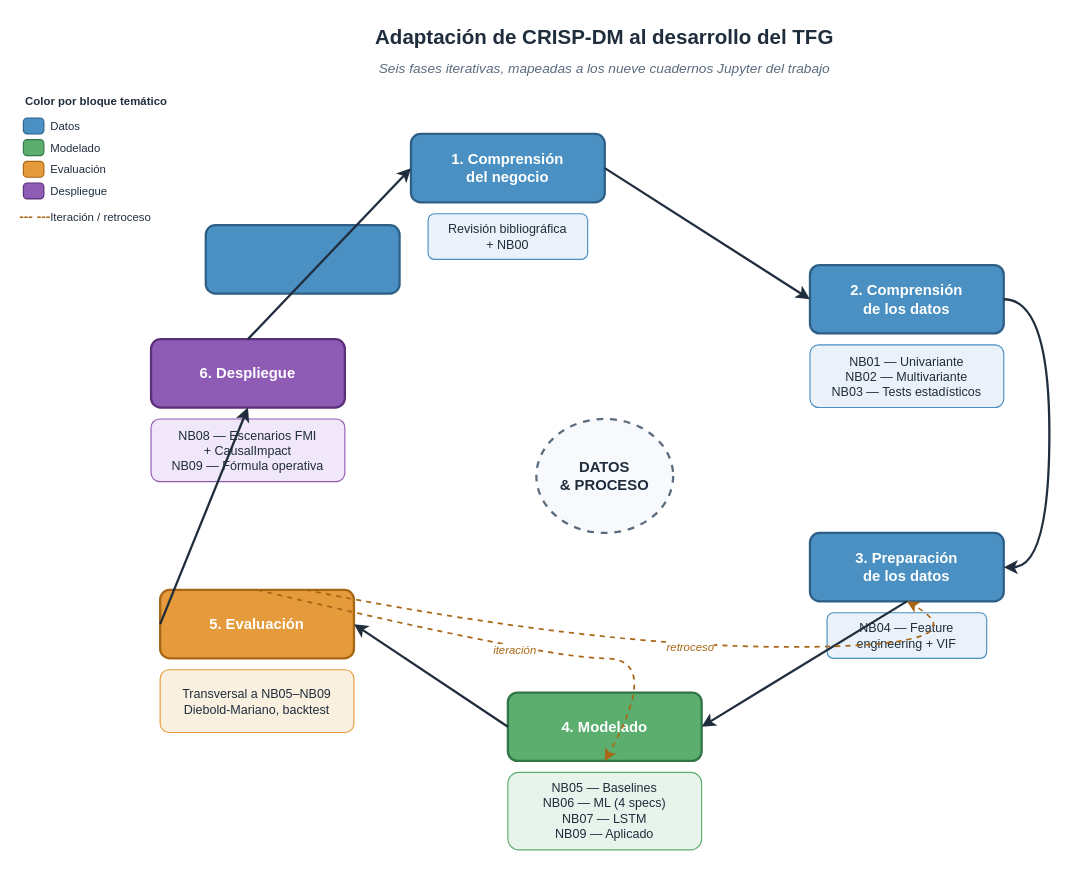
Above: schemas/fig_4_1_crispdm.drawio in DieGodMF4/Macro-Aviation-Tourism-Modeling (draw.io), before the change. Source tidied: cells renumbered, new cells numbered last; positions are measured from the earlier drawing's top-left corner, leaving out a move shared by most shapes. Both pictures are drawn from the tidied source at 114%, with x=0, y=0 at pixel (23, 19).
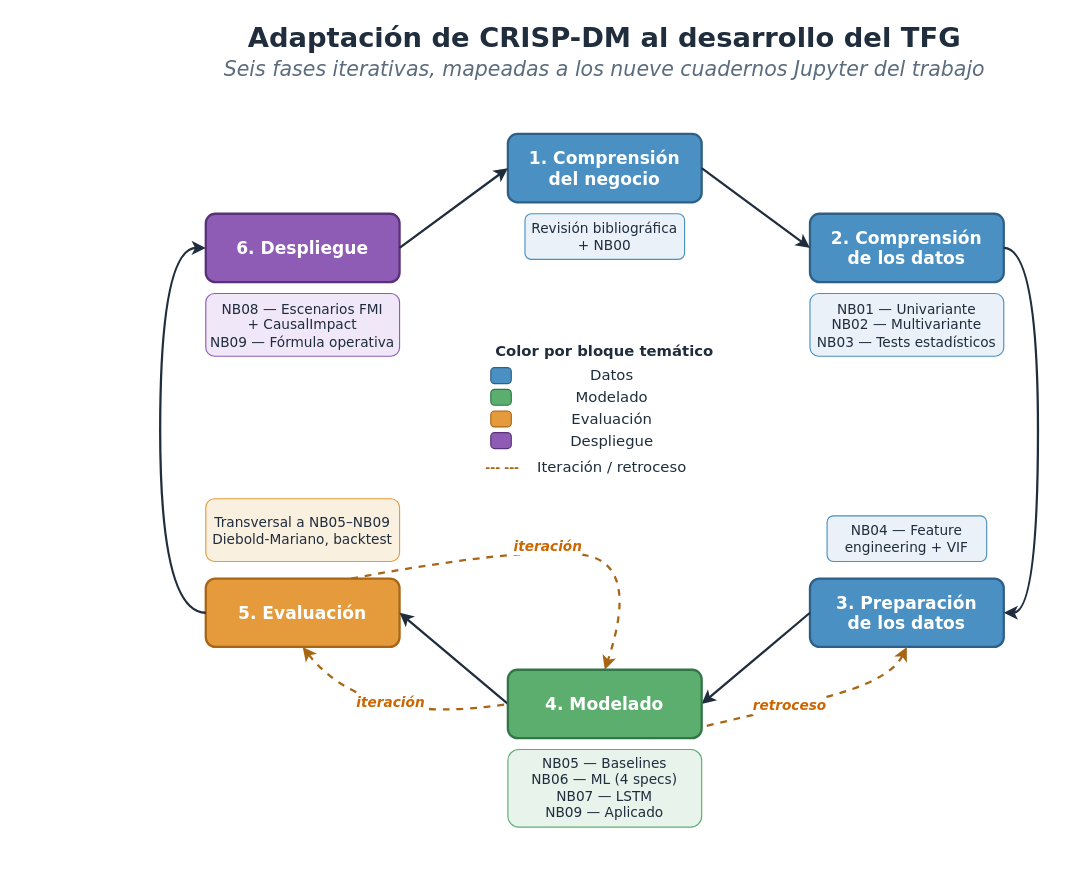
The same diagram, later.

Change to the diagram source:
```diff
@@
-    <mxCell id="2" value="Adaptación de CRISP-DM al desarrollo del TFG" style="text;html=1;strokeColor=none;fillColor=none;align=center;verticalAlign=middle;whiteSpace=wrap;rounded=0;fontSize=18;fontStyle=1;fontColor=#1F2D3D;" parent="1" vertex="1">
+    <mxCell id="2" value="&lt;font face=&quot;Verdana&quot; style=&quot;font-size: 24px;&quot;&gt;Adaptación de CRISP-DM al desarrollo del TFG&lt;/font&gt;" style="text;html=1;strokeColor=none;fillColor=none;align=center;verticalAlign=middle;whiteSpace=wrap;rounded=0;fontSize=18;fontStyle=1;fontColor=#1F2D3D;" parent="1" vertex="1">
       <mxGeometry x="160" width="700" height="32" as="geometry" />
     </mxCell>
-    <mxCell id="3" value="Seis fases iterativas, mapeadas a los nueve cuadernos Jupyter del trabajo" style="text;html=1;strokeColor=none;fillColor=none;align=center;verticalAlign=middle;whiteSpace=wrap;rounded=0;fontSize=12;fontStyle=2;fontColor=#5A6C7D;" parent="1" vertex="1">
+    <mxCell id="3" value="&lt;font face=&quot;Verdana&quot; style=&quot;font-size: 18px;&quot;&gt;Seis fases iterativas, mapeadas a los nueve cuadernos Jupyter del trabajo&lt;/font&gt;" style="text;html=1;strokeColor=none;fillColor=none;align=center;verticalAlign=middle;whiteSpace=wrap;rounded=0;fontSize=12;fontStyle=2;fontColor=#5A6C7D;" parent="1" vertex="1">
       <mxGeometry x="160" y="32" width="700" height="22" as="geometry" />
     </mxCell>
-    <mxCell id="4" value="DATOS&#10;&amp; PROCESO" style="ellipse;whiteSpace=wrap;html=1;fillColor=#F8F9FC;strokeColor=#5A6C7D;strokeWidth=2;fontSize=13;fontStyle=1;fontColor=#1F2D3D;dashed=1;" parent="1" vertex="1">
-      <mxGeometry x="450" y="350" width="120" height="100" as="geometry" />
-    </mxCell>
-    <mxCell id="5" value="1. Comprensión&#10;del negocio" style="rounded=1;whiteSpace=wrap;html=1;fillColor=#4A90C2;strokeColor=#2E5F87;strokeWidth=2;fontColor=#FFFFFF;fontSize=13;fontStyle=1;arcSize=14;" parent="1" vertex="1">
-      <mxGeometry x="340" y="100" width="170" height="60" as="geometry" />
+    <mxCell id="5" value="1. Comprensión&#10;del negocio" style="rounded=1;whiteSpace=wrap;html=1;fillColor=#4A90C2;strokeColor=#2E5F87;strokeWidth=2;fontColor=#FFFFFF;fontSize=15;fontStyle=1;arcSize=14;fontFamily=Verdana;" parent="1" vertex="1">
+      <mxGeometry x="425" y="100" width="170" height="60" as="geometry" />
     </mxCell>
-    <mxCell id="6" value="Revisión bibliográfica&#10;+ NB00" style="rounded=1;whiteSpace=wrap;html=1;fillColor=#EAF1F8;strokeColor=#4A90C2;strokeWidth=1;fontColor=#1F2D3D;fontSize=11;arcSize=14;" parent="1" vertex="1">
-      <mxGeometry x="355" y="170" width="140" height="40" as="geometry" />
+    <mxCell id="6" value="Revisión bibliográfica&#10;+ NB00" style="rounded=1;whiteSpace=wrap;html=1;fillColor=#EAF1F8;strokeColor=#4A90C2;strokeWidth=1;fontColor=#1F2D3D;fontSize=12;arcSize=14;fontFamily=Verdana;" parent="1" vertex="1">
+      <mxGeometry x="440" y="170" width="140" height="40" as="geometry" />
     </mxCell>
-    <mxCell id="7" value="2. Comprensión&#10;de los datos" style="rounded=1;whiteSpace=wrap;html=1;fillColor=#4A90C2;strokeColor=#2E5F87;strokeWidth=2;fontColor=#FFFFFF;fontSize=13;fontStyle=1;arcSize=14;" parent="1" vertex="1">
-      <mxGeometry x="690" y="215" width="170" height="60" as="geometry" />
+    <mxCell id="7" value="2. Comprensión&#10;de los datos" style="rounded=1;whiteSpace=wrap;html=1;fillColor=#4A90C2;strokeColor=#2E5F87;strokeWidth=2;fontColor=#FFFFFF;fontSize=15;fontStyle=1;arcSize=14;fontFamily=Verdana;" parent="1" vertex="1">
+      <mxGeometry x="690" y="170" width="170" height="60" as="geometry" />
     </mxCell>
-    <mxCell id="8" value="NB01 — Univariante&#10;NB02 — Multivariante&#10;NB03 — Tests estadísticos" style="rounded=1;whiteSpace=wrap;html=1;fillColor=#EAF1F8;strokeColor=#4A90C2;strokeWidth=1;fontColor=#1F2D3D;fontSize=11;arcSize=14;" parent="1" vertex="1">
-      <mxGeometry x="690" y="285" width="170" height="55" as="geometry" />
+    <mxCell id="8" value="&lt;font style=&quot;font-size: 12px;&quot; face=&quot;Verdana&quot;&gt;NB01 — Univariante&lt;br&gt;NB02 — Multivariante&lt;br&gt;NB03 — Tests estadísticos&lt;/font&gt;" style="rounded=1;whiteSpace=wrap;html=1;fillColor=#EAF1F8;strokeColor=#4A90C2;strokeWidth=1;fontColor=#1F2D3D;fontSize=11;arcSize=14;" parent="1" vertex="1">
+      <mxGeometry x="690" y="240" width="170" height="55" as="geometry" />
     </mxCell>
-    <mxCell id="9" value="3. Preparación&#10;de los datos" style="rounded=1;whiteSpace=wrap;html=1;fillColor=#4A90C2;strokeColor=#2E5F87;strokeWidth=2;fontColor=#FFFFFF;fontSize=13;fontStyle=1;arcSize=14;" parent="1" vertex="1">
-      <mxGeometry x="690" y="450" width="170" height="60" as="geometry" />
+    <mxCell id="9" value="3. Preparación&#10;de los datos" style="rounded=1;whiteSpace=wrap;html=1;fillColor=#4A90C2;strokeColor=#2E5F87;strokeWidth=2;fontColor=#FFFFFF;fontSize=15;fontStyle=1;arcSize=14;fontFamily=Verdana;" parent="1" vertex="1">
+      <mxGeometry x="690" y="490" width="170" height="60" as="geometry" />
     </mxCell>
-    <mxCell id="10" value="NB04 — Feature&#10;engineering + VIF" style="rounded=1;whiteSpace=wrap;html=1;fillColor=#EAF1F8;strokeColor=#4A90C2;strokeWidth=1;fontColor=#1F2D3D;fontSize=11;arcSize=14;" parent="1" vertex="1">
-      <mxGeometry x="705" y="520" width="140" height="40" as="geometry" />
+    <mxCell id="10" value="&lt;font&gt;NB04 — Feature&lt;br&gt;engineering + VIF&lt;/font&gt;" style="rounded=1;whiteSpace=wrap;html=1;fillColor=#EAF1F8;strokeColor=#4A90C2;strokeWidth=1;fontColor=#1F2D3D;fontSize=12;arcSize=14;fontFamily=Verdana;" parent="1" vertex="1">
+      <mxGeometry x="705" y="435" width="140" height="40" as="geometry" />
     </mxCell>
-    <mxCell id="11" value="4. Modelado" style="rounded=1;whiteSpace=wrap;html=1;fillColor=#5BAE6E;strokeColor=#327547;strokeWidth=2;fontColor=#FFFFFF;fontSize=13;fontStyle=1;arcSize=14;" parent="1" vertex="1">
-      <mxGeometry x="425" y="590" width="170" height="60" as="geometry" />
-    </mxCell>
-    <mxCell id="12" value="NB05 — Baselines&#10;NB06 — ML (4 specs)&#10;NB07 — LSTM&#10;NB09 — Aplicado" style="rounded=1;whiteSpace=wrap;html=1;fillColor=#E7F3EB;strokeColor=#5BAE6E;strokeWidth=1;fontColor=#1F2D3D;fontSize=11;arcSize=14;" parent="1" vertex="1">
-      <mxGeometry x="425" y="660" width="170" height="68" as="geometry" />
+    <mxCell id="12" value="NB05 — Baselines&#10;NB06 — ML (4 specs)&#10;NB07 — LSTM&#10;NB09 — Aplicado" style="rounded=1;whiteSpace=wrap;html=1;fillColor=#E7F3EB;strokeColor=#5BAE6E;strokeWidth=1;fontColor=#1F2D3D;fontSize=12;arcSize=14;fontFamily=Verdana;" parent="1" vertex="1">
+      <mxGeometry x="425" y="640" width="170" height="68" as="geometry" />
     </mxCell>
-    <mxCell id="13" value="5. Evaluación" style="rounded=1;whiteSpace=wrap;html=1;fillColor=#E59B3C;strokeColor=#A86614;strokeWidth=2;fontColor=#FFFFFF;fontSize=13;fontStyle=1;arcSize=14;" parent="1" vertex="1">
-      <mxGeometry x="120" y="500" width="170" height="60" as="geometry" />
+    <mxCell id="13" value="5. Evaluación" style="rounded=1;whiteSpace=wrap;html=1;fillColor=#E59B3C;strokeColor=#A86614;strokeWidth=2;fontColor=#FFFFFF;fontSize=15;fontStyle=1;arcSize=14;fontFamily=Verdana;" parent="1" vertex="1">
+      <mxGeometry x="160" y="490" width="170" height="60" as="geometry" />
     </mxCell>
-    <mxCell id="14" value="Transversal a NB05–NB09&#10;Diebold-Mariano, backtest" style="rounded=1;whiteSpace=wrap;html=1;fillColor=#FAF0E0;strokeColor=#E59B3C;strokeWidth=1;fontColor=#1F2D3D;fontSize=11;arcSize=14;" parent="1" vertex="1">
-      <mxGeometry x="120" y="570" width="170" height="55" as="geometry" />
+    <mxCell id="14" value="Transversal a NB05–NB09&#10;Diebold-Mariano, backtest" style="rounded=1;whiteSpace=wrap;html=1;fillColor=#FAF0E0;strokeColor=#E59B3C;strokeWidth=1;fontColor=#1F2D3D;fontSize=12;arcSize=14;fontFamily=Verdana;" parent="1" vertex="1">
+      <mxGeometry x="160" y="420" width="170" height="55" as="geometry" />
     </mxCell>
-    <mxCell id="15" value="6. Despliegue" style="rounded=1;whiteSpace=wrap;html=1;fillColor=#8E5BB5;strokeColor=#5A3079;strokeWidth=2;fontColor=#FFFFFF;fontSize=13;fontStyle=1;arcSize=14;" parent="1" vertex="1">
-      <mxGeometry x="112" y="280" width="170" height="60" as="geometry" />
+    <mxCell id="15" value="6. Despliegue" style="rounded=1;whiteSpace=wrap;html=1;fillColor=#8E5BB5;strokeColor=#5A3079;strokeWidth=2;fontColor=#FFFFFF;fontSize=15;fontStyle=1;arcSize=14;fontFamily=Verdana;" parent="1" vertex="1">
+      <mxGeometry x="160" y="170" width="170" height="60" as="geometry" />
     </mxCell>
-    <mxCell id="16" value="NB08 — Escenarios FMI&#10;+ CausalImpact&#10;NB09 — Fórmula operativa" style="rounded=1;whiteSpace=wrap;html=1;fillColor=#F0E7F8;strokeColor=#8E5BB5;strokeWidth=1;fontColor=#1F2D3D;fontSize=11;arcSize=14;" parent="1" vertex="1">
-      <mxGeometry x="112" y="350" width="170" height="55" as="geometry" />
+    <mxCell id="16" value="&lt;font style=&quot;font-size: 12px;&quot; face=&quot;Verdana&quot;&gt;NB08 — Escenarios FMI&lt;br&gt;+ CausalImpact&lt;br&gt;NB09 — Fórmula operativa&lt;/font&gt;" style="rounded=1;whiteSpace=wrap;html=1;fillColor=#F0E7F8;strokeColor=#8E5BB5;strokeWidth=1;fontColor=#1F2D3D;fontSize=11;arcSize=14;" parent="1" vertex="1">
+      <mxGeometry x="160" y="240" width="170" height="55" as="geometry" />
     </mxCell>
-    <mxCell id="17" style="rounded=1;whiteSpace=wrap;html=1;fillColor=#4A90C2;strokeColor=#2E5F87;strokeWidth=2;fontColor=#FFFFFF;fontSize=13;fontStyle=1;arcSize=14;visible=0;" parent="1" vertex="1">
-      <mxGeometry x="160" y="180" width="170" height="60" as="geometry" />
-    </mxCell>
@@
     <mxCell id="19" style="rounded=0;jettySize=auto;html=1;exitX=1;exitY=0.5;exitDx=0;exitDy=0;entryX=1;entryY=0.5;entryDx=0;entryDy=0;strokeWidth=2;strokeColor=#1F2D3D;endArrow=classic;endFill=1;edgeStyle=orthogonalEdgeStyle;curved=1;" parent="1" edge="1" source="7" target="9">
       <mxGeometry relative="1" as="geometry">
         <Array as="points">
-          <mxPoint x="900" y="245" />
-          <mxPoint x="900" y="480" />
+          <mxPoint x="890" y="200" />
+          <mxPoint x="890" y="520" />
         </Array>
       </mxGeometry>
     </mxCell>
-    <mxCell id="20" style="rounded=0;jettySize=auto;html=1;exitX=0.5;exitY=1;exitDx=0;exitDy=0;entryX=1;entryY=0.5;entryDx=0;entryDy=0;strokeWidth=2;strokeColor=#1F2D3D;endArrow=classic;endFill=1;" parent="1" edge="1" source="9" target="11">
+    <mxCell id="20" style="rounded=0;jettySize=auto;html=1;exitX=0;exitY=0.5;exitDx=0;exitDy=0;entryX=1;entryY=0.5;entryDx=0;entryDy=0;strokeWidth=2;strokeColor=#1F2D3D;endArrow=classic;endFill=1;" parent="1" edge="1" source="9" target="11">
       <mxGeometry relative="1" as="geometry" />
     </mxCell>
@@
-    <mxCell id="22" style="rounded=0;jettySize=auto;html=1;exitX=0;exitY=0.5;exitDx=0;exitDy=0;entryX=0.5;entryY=1;entryDx=0;entryDy=0;strokeWidth=2;strokeColor=#1F2D3D;endArrow=classic;endFill=1;" parent="1" edge="1" source="13" target="15">
-      <mxGeometry relative="1" as="geometry" />
+    <mxCell id="22" style="rounded=0;jettySize=auto;html=1;exitX=0;exitY=0.5;exitDx=0;exitDy=0;entryX=0;entryY=0.5;entryDx=0;entryDy=0;strokeWidth=2;strokeColor=#1F2D3D;endArrow=classic;endFill=1;edgeStyle=orthogonalEdgeStyle;curved=1;" parent="1" edge="1" source="13" target="15">
+      <mxGeometry relative="1" as="geometry">
+        <Array as="points">
+          <mxPoint x="120" y="520" />
+          <mxPoint x="120" y="200" />
+        </Array>
+      </mxGeometry>
     </mxCell>
-    <mxCell id="23" style="rounded=0;jettySize=auto;html=1;exitX=0.5;exitY=0;exitDx=0;exitDy=0;entryX=0;entryY=0.5;entryDx=0;entryDy=0;strokeWidth=2;strokeColor=#1F2D3D;endArrow=classic;endFill=1;" parent="1" edge="1" source="15" target="5">
+    <mxCell id="23" style="rounded=0;jettySize=auto;html=1;exitX=1;exitY=0.5;exitDx=0;exitDy=0;entryX=0;entryY=0.5;entryDx=0;entryDy=0;strokeWidth=2;strokeColor=#1F2D3D;endArrow=classic;endFill=1;" parent="1" edge="1" source="15" target="5">
       <mxGeometry relative="1" as="geometry" />
     </mxCell>
-    <mxCell id="24" value="iteración" style="rounded=0;jettySize=auto;html=1;strokeWidth=1.5;strokeColor=#A86614;endArrow=classic;endFill=1;dashed=1;curved=1;fontColor=#A86614;fontSize=10;fontStyle=2;exitX=0.5;exitY=0;exitDx=0;exitDy=0;entryX=0.5;entryY=1;entryDx=0;entryDy=0;" parent="1" edge="1" source="13" target="11">
+    <mxCell id="24" value="&lt;font face=&quot;Verdana&quot; style=&quot;font-size: 12px; color: rgb(204, 102, 0);&quot;&gt;&lt;b&gt;iteración&lt;/b&gt;&lt;/font&gt;" style="rounded=0;jettySize=auto;html=1;strokeWidth=2;strokeColor=#A86614;endArrow=classic;endFill=1;dashed=1;curved=1;fontColor=#A86614;fontSize=10;fontStyle=2;exitX=0.75;exitY=0;exitDx=0;exitDy=0;entryX=0.5;entryY=0;entryDx=0;entryDy=0;" parent="1" edge="1" source="13" target="11">
       <mxGeometry relative="1" as="geometry">
         <Array as="points">
-          <mxPoint x="460" y="560" />
-          <mxPoint x="560" y="560" />
+          <mxPoint x="450" y="460" />
+          <mxPoint x="540" y="480" />
         </Array>
       </mxGeometry>
     </mxCell>
-    <mxCell id="25" value="retroceso" style="rounded=0;jettySize=auto;html=1;strokeWidth=1.5;strokeColor=#A86614;endArrow=classic;endFill=1;dashed=1;curved=1;fontColor=#A86614;fontSize=10;fontStyle=2;exitX=0.75;exitY=0;exitDx=0;exitDy=0;entryX=0.5;entryY=1;entryDx=0;entryDy=0;" parent="1" edge="1" source="13" target="9">
+    <mxCell id="25" value="&lt;font style=&quot;color: rgb(204, 102, 0); font-size: 12px;&quot; face=&quot;Verdana&quot;&gt;&lt;b style=&quot;&quot;&gt;retroceso&lt;/b&gt;&lt;/font&gt;" style="rounded=0;jettySize=auto;html=1;strokeWidth=2;strokeColor=#A86614;endArrow=classic;endFill=1;dashed=1;curved=1;fontColor=#A86614;fontSize=10;fontStyle=2;exitX=0.75;exitY=1;exitDx=0;exitDy=0;entryX=0.5;entryY=1;entryDx=0;entryDy=0;" parent="1" edge="1" source="11" target="9">
       <mxGeometry relative="1" as="geometry">
         <Array as="points">
-          <mxPoint x="500" y="550" />
-          <mxPoint x="845" y="550" />
+          <mxPoint x="640" y="610" />
+          <mxPoint x="760" y="580" />
         </Array>
       </mxGeometry>
     </mxCell>
-    <mxCell id="26" value="Color por bloque temático" style="text;html=1;strokeColor=none;fillColor=none;align=left;verticalAlign=middle;whiteSpace=wrap;rounded=0;fontSize=10;fontStyle=1;fontColor=#1F2D3D;" parent="1" vertex="1">
-      <mxGeometry y="60" width="200" height="22" as="geometry" />
+    <mxCell id="26" value="&lt;font face=&quot;Verdana&quot;&gt;Color por bloque temático&lt;/font&gt;" style="text;html=1;strokeColor=none;fillColor=none;align=center;verticalAlign=middle;whiteSpace=wrap;rounded=0;fontSize=13;fontStyle=1;fontColor=#1F2D3D;" parent="1" vertex="1">
+      <mxGeometry x="410" y="279" width="200" height="22" as="geometry" />
     </mxCell>
-    <mxCell id="27" style="rounded=1;whiteSpace=wrap;html=1;fillColor=#4A90C2;strokeColor=#2E5F87;arcSize=24;" parent="1" vertex="1">
-      <mxGeometry y="86" width="18" height="14" as="geometry" />
+    <mxCell id="27" style="rounded=1;whiteSpace=wrap;html=1;fillColor=#4A90C2;strokeColor=#2E5F87;arcSize=24;align=center;fontSize=13;" parent="1" vertex="1">
+      <mxGeometry x="410" y="305" width="18" height="14" as="geometry" />
     </mxCell>
-    <mxCell id="28" value="Datos" style="text;html=1;strokeColor=none;fillColor=none;align=left;verticalAlign=middle;fontSize=10;fontColor=#1F2D3D;" parent="1" vertex="1">
-      <mxGeometry x="22" y="83" width="80" height="20" as="geometry" />
+    <mxCell id="28" value="&lt;font face=&quot;Verdana&quot;&gt;Datos&lt;/font&gt;" style="text;html=1;strokeColor=none;fillColor=none;align=center;verticalAlign=middle;fontSize=13;fontColor=#1F2D3D;" parent="1" vertex="1">
+      <mxGeometry x="432" y="300" width="168" height="22" as="geometry" />
     </mxCell>
-    <mxCell id="29" style="rounded=1;whiteSpace=wrap;html=1;fillColor=#5BAE6E;strokeColor=#327547;arcSize=24;" parent="1" vertex="1">
-      <mxGeometry y="105" width="18" height="14" as="geometry" />
+    <mxCell id="29" style="rounded=1;whiteSpace=wrap;html=1;fillColor=#5BAE6E;strokeColor=#327547;arcSize=24;align=center;fontSize=13;" parent="1" vertex="1">
+      <mxGeometry x="410" y="324" width="18" height="14" as="geometry" />
     </mxCell>
-    <mxCell id="30" value="Modelado" style="text;html=1;strokeColor=none;fillColor=none;align=left;verticalAlign=middle;fontSize=10;fontColor=#1F2D3D;" parent="1" vertex="1">
-      <mxGeometry x="22" y="102" width="80" height="20" as="geometry" />
+    <mxCell id="30" value="&lt;font face=&quot;Verdana&quot;&gt;Modelado&lt;/font&gt;" style="text;html=1;strokeColor=none;fillColor=none;align=center;verticalAlign=middle;fontSize=13;fontColor=#1F2D3D;" parent="1" vertex="1">
+      <mxGeometry x="432" y="321" width="168" height="20" as="geometry" />
     </mxCell>
-    <mxCell id="31" style="rounded=1;whiteSpace=wrap;html=1;fillColor=#E59B3C;strokeColor=#A86614;arcSize=24;" parent="1" vertex="1">
-      <mxGeometry y="124" width="18" height="14" as="geometry" />
+    <mxCell id="31" style="rounded=1;whiteSpace=wrap;html=1;fillColor=#E59B3C;strokeColor=#A86614;arcSize=24;align=center;fontSize=13;" parent="1" vertex="1">
+      <mxGeometry x="410" y="343" width="18" height="14" as="geometry" />
     </mxCell>
-    <mxCell id="32" value="Evaluación" style="text;html=1;strokeColor=none;fillColor=none;align=left;verticalAlign=middle;fontSize=10;fontColor=#1F2D3D;" parent="1" vertex="1">
-      <mxGeometry x="22" y="121" width="80" height="20" as="geometry" />
+    <mxCell id="32" value="&lt;font face=&quot;Verdana&quot;&gt;Evaluación&lt;/font&gt;" style="text;html=1;strokeColor=none;fillColor=none;align=center;verticalAlign=middle;fontSize=13;fontColor=#1F2D3D;" parent="1" vertex="1">
+      <mxGeometry x="432" y="340" width="168" height="20" as="geometry" />
     </mxCell>
-    <mxCell id="33" style="rounded=1;whiteSpace=wrap;html=1;fillColor=#8E5BB5;strokeColor=#5A3079;arcSize=24;" parent="1" vertex="1">
-      <mxGeometry y="143" width="18" height="14" as="geometry" />
+    <mxCell id="33" style="rounded=1;whiteSpace=wrap;html=1;fillColor=#8E5BB5;strokeColor=#5A3079;arcSize=24;align=center;fontSize=13;" parent="1" vertex="1">
+      <mxGeometry x="410" y="362" width="18" height="14" as="geometry" />
     </mxCell>
-    <mxCell id="34" value="Despliegue" style="text;html=1;strokeColor=none;fillColor=none;align=left;verticalAlign=middle;fontSize=10;fontColor=#1F2D3D;" parent="1" vertex="1">
-      <mxGeometry x="22" y="140" width="90" height="20" as="geometry" />
+    <mxCell id="34" value="&lt;font face=&quot;Verdana&quot;&gt;Despliegue&lt;/font&gt;" style="text;html=1;strokeColor=none;fillColor=none;align=center;verticalAlign=middle;fontSize=13;fontColor=#1F2D3D;" parent="1" vertex="1">
+      <mxGeometry x="432" y="359" width="168" height="20" as="geometry" />
     </mxCell>
-    <mxCell id="35" value="--- ---" style="text;html=1;strokeColor=none;fillColor=none;align=center;verticalAlign=middle;fontSize=12;fontColor=#A86614;fontStyle=1;" parent="1" vertex="1">
-      <mxGeometry y="164" width="20" height="18" as="geometry" />
+    <mxCell id="35" value="--- ---" style="text;html=1;strokeColor=none;fillColor=none;align=center;verticalAlign=middle;fontSize=13;fontColor=#A86614;fontStyle=1;" parent="1" vertex="1">
+      <mxGeometry x="410" y="383" width="20" height="18" as="geometry" />
     </mxCell>
-    <mxCell id="36" value="Iteración / retroceso" style="text;html=1;strokeColor=none;fillColor=none;align=left;verticalAlign=middle;fontSize=10;fontColor=#1F2D3D;" parent="1" vertex="1">
-      <mxGeometry x="22" y="163" width="140" height="20" as="geometry" />
+    <mxCell id="36" value="&lt;font face=&quot;Verdana&quot;&gt;Iteración / retroceso&lt;/font&gt;" style="text;html=1;strokeColor=none;fillColor=none;align=center;verticalAlign=middle;fontSize=13;fontColor=#1F2D3D;" parent="1" vertex="1">
+      <mxGeometry x="432" y="382" width="168" height="20" as="geometry" />
     </mxCell>
+    <mxCell id="37" style="rounded=0;jettySize=auto;html=1;strokeWidth=2;strokeColor=#A86614;endArrow=none;endFill=0;dashed=1;curved=1;fontColor=#A86614;fontSize=10;fontStyle=2;exitX=0.5;exitY=1;exitDx=0;exitDy=0;entryX=0;entryY=0.5;entryDx=0;entryDy=0;startArrow=classic;startFill=1;" parent="1" edge="1" source="13" target="11">
+      <mxGeometry relative="1" as="geometry">
+        <Array as="points">
+          <mxPoint x="300" y="620" />
+        </Array>
+      </mxGeometry>
+    </mxCell>
+    <mxCell id="38" value="&lt;font face=&quot;Verdana&quot; style=&quot;font-size: 12px; color: rgb(204, 102, 0);&quot;&gt;&lt;b style=&quot;&quot;&gt;&lt;i style=&quot;&quot;&gt;iteración&lt;/i&gt;&lt;/b&gt;&lt;/font&gt;" style="edgeLabel;html=1;align=center;verticalAlign=middle;" parent="37" vertex="1">
+      <mxGeometry x="0.05" y="18" relative="1" as="geometry">
+        <mxPoint x="1" as="offset" />
+      </mxGeometry>
+    </mxCell>
+    <mxCell id="11" value="4. Modelado" style="rounded=1;whiteSpace=wrap;html=1;fillColor=#5BAE6E;strokeColor=#327547;strokeWidth=2;fontColor=#FFFFFF;fontSize=15;fontStyle=1;arcSize=14;fontFamily=Verdana;" parent="1" vertex="1">
+      <mxGeometry x="425" y="570" width="170" height="60" as="geometry" />
+    </mxCell>
```
